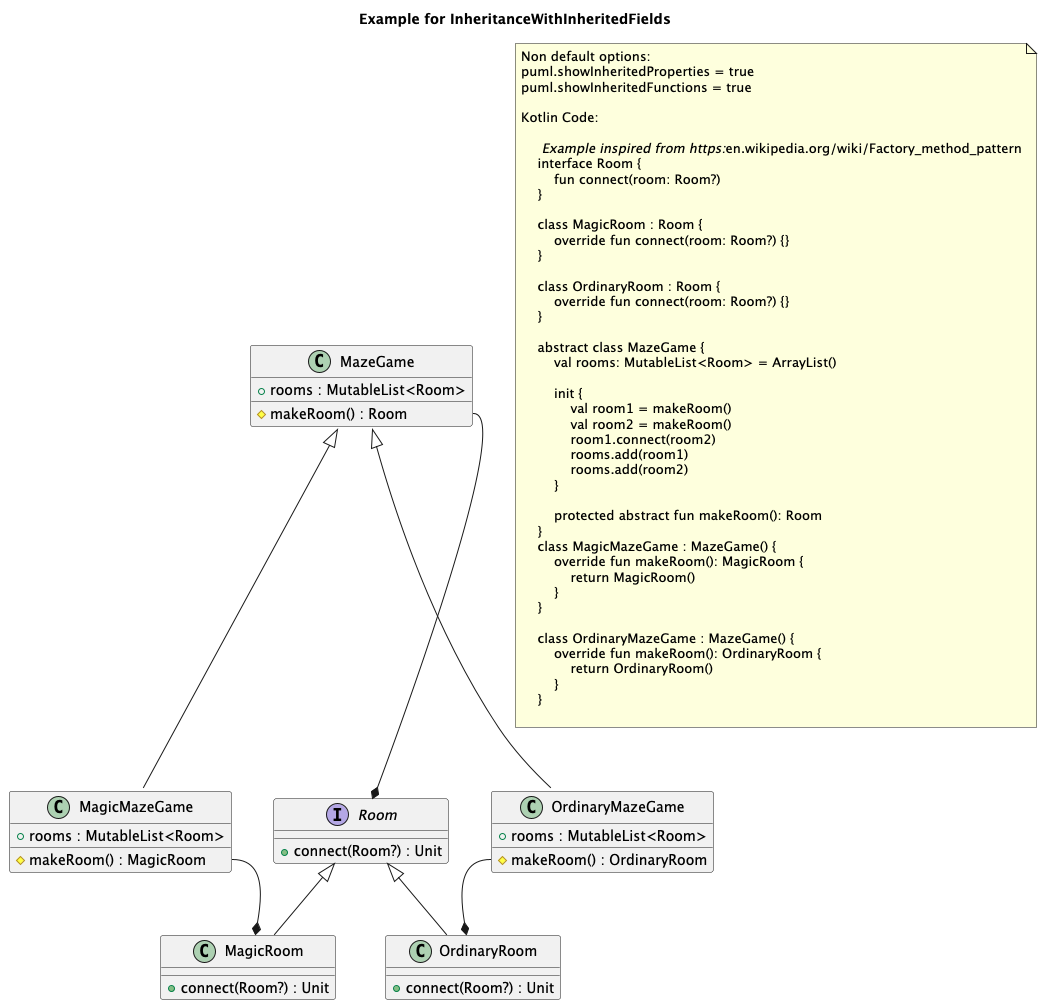
The PlantUML diagram doc/plantuml/InheritanceWithInheritedFields.png in Tosaa/ksp-plantuml, before a commit. The source it was exported from:
```plantuml
@startuml
title Example for InheritanceWithInheritedFields

    interface "Room" as Room {
        + connect(Room?) : Unit
    }


    class "MagicRoom" as MagicRoom {
        + connect(Room?) : Unit
    }


    class "OrdinaryRoom" as OrdinaryRoom {
        + connect(Room?) : Unit
    }


    class "MazeGame" as MazeGame {
        + rooms : MutableList<Room>
		# makeRoom() : Room
    }


    class "MagicMazeGame" as MagicMazeGame {
        + rooms : MutableList<Room>
		# makeRoom() : MagicRoom
    }


    class "OrdinaryMazeGame" as OrdinaryMazeGame {
        + rooms : MutableList<Room>
		# makeRoom() : OrdinaryRoom
    }


Room <|-- MagicRoom
Room <|-- OrdinaryRoom
MazeGame <|-- MagicMazeGame
MazeGame <|-- OrdinaryMazeGame

MazeGame::makeRoom --* Room
MagicMazeGame::makeRoom --* MagicRoom
OrdinaryMazeGame::makeRoom --* OrdinaryRoom
note as note_of_code
Non default options:
puml.showInheritedProperties = true
puml.showInheritedFunctions = true

Kotlin Code:

    // Example inspired from https://en.wikipedia.org/wiki/Factory_method_pattern
    interface Room {
        fun connect(room: Room?)
    }

    class MagicRoom : Room {
        override fun connect(room: Room?) {}
    }

    class OrdinaryRoom : Room {
        override fun connect(room: Room?) {}
    }

    abstract class MazeGame {
        val rooms: MutableList<Room> = ArrayList()

        init {
            val room1 = makeRoom()
            val room2 = makeRoom()
            room1.connect(room2)
            rooms.add(room1)
            rooms.add(room2)
        }

        protected abstract fun makeRoom(): Room
    }
    class MagicMazeGame : MazeGame() {
        override fun makeRoom(): MagicRoom {
            return MagicRoom()
        }
    }

    class OrdinaryMazeGame : MazeGame() {
        override fun makeRoom(): OrdinaryRoom {
            return OrdinaryRoom()
        }
    }

end note

@enduml
```
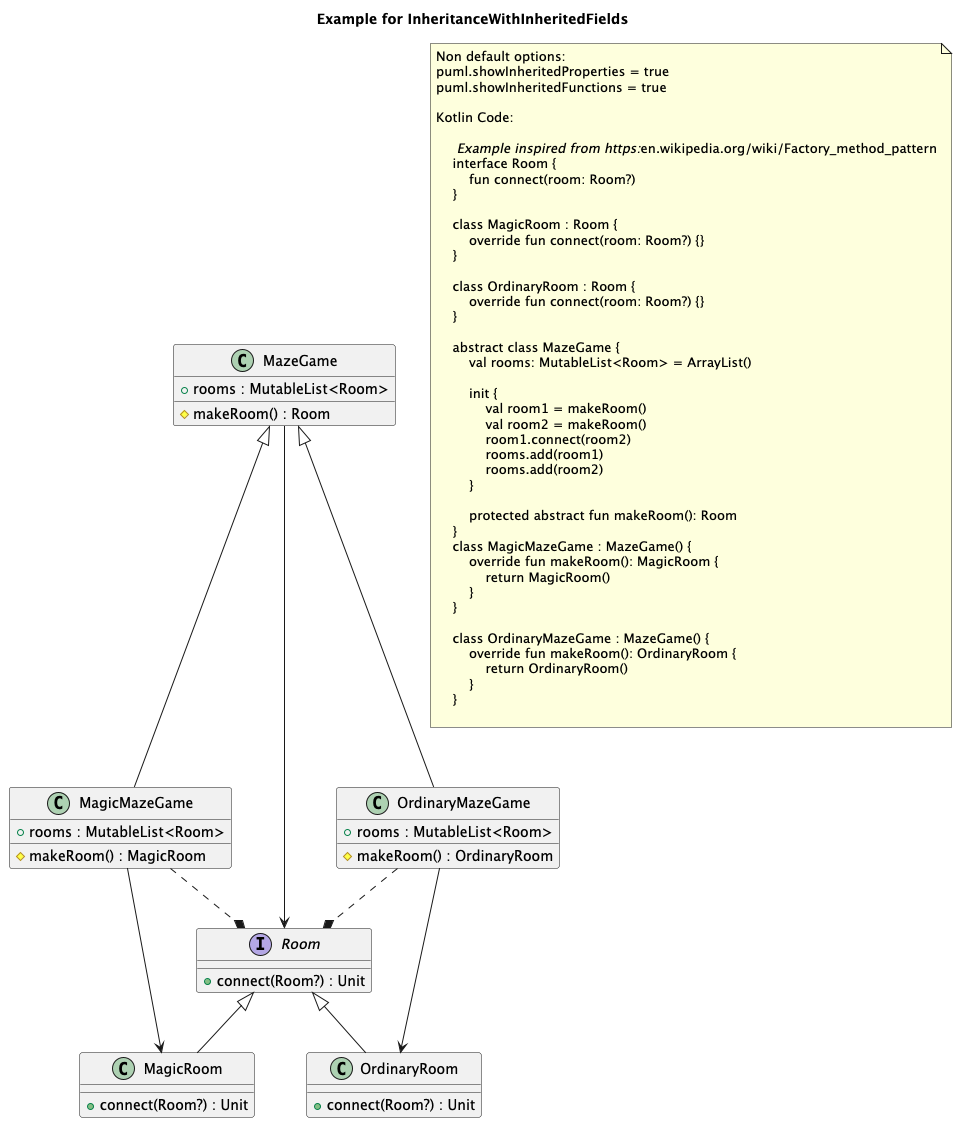
After the change.

Change to the diagram source:
```diff
@@ -36,12 +36,14 @@
 
 Room <|-- MagicRoom
 Room <|-- OrdinaryRoom
+MagicMazeGame --> MagicRoom
+MagicMazeGame ..* Room
 MazeGame <|-- MagicMazeGame
+OrdinaryMazeGame --> OrdinaryRoom
+OrdinaryMazeGame ..* Room
 MazeGame <|-- OrdinaryMazeGame
+MazeGame --> Room
 
-MazeGame::makeRoom --* Room
-MagicMazeGame::makeRoom --* MagicRoom
-OrdinaryMazeGame::makeRoom --* OrdinaryRoom
 note as note_of_code
 Non default options:
 puml.showInheritedProperties = true
```
